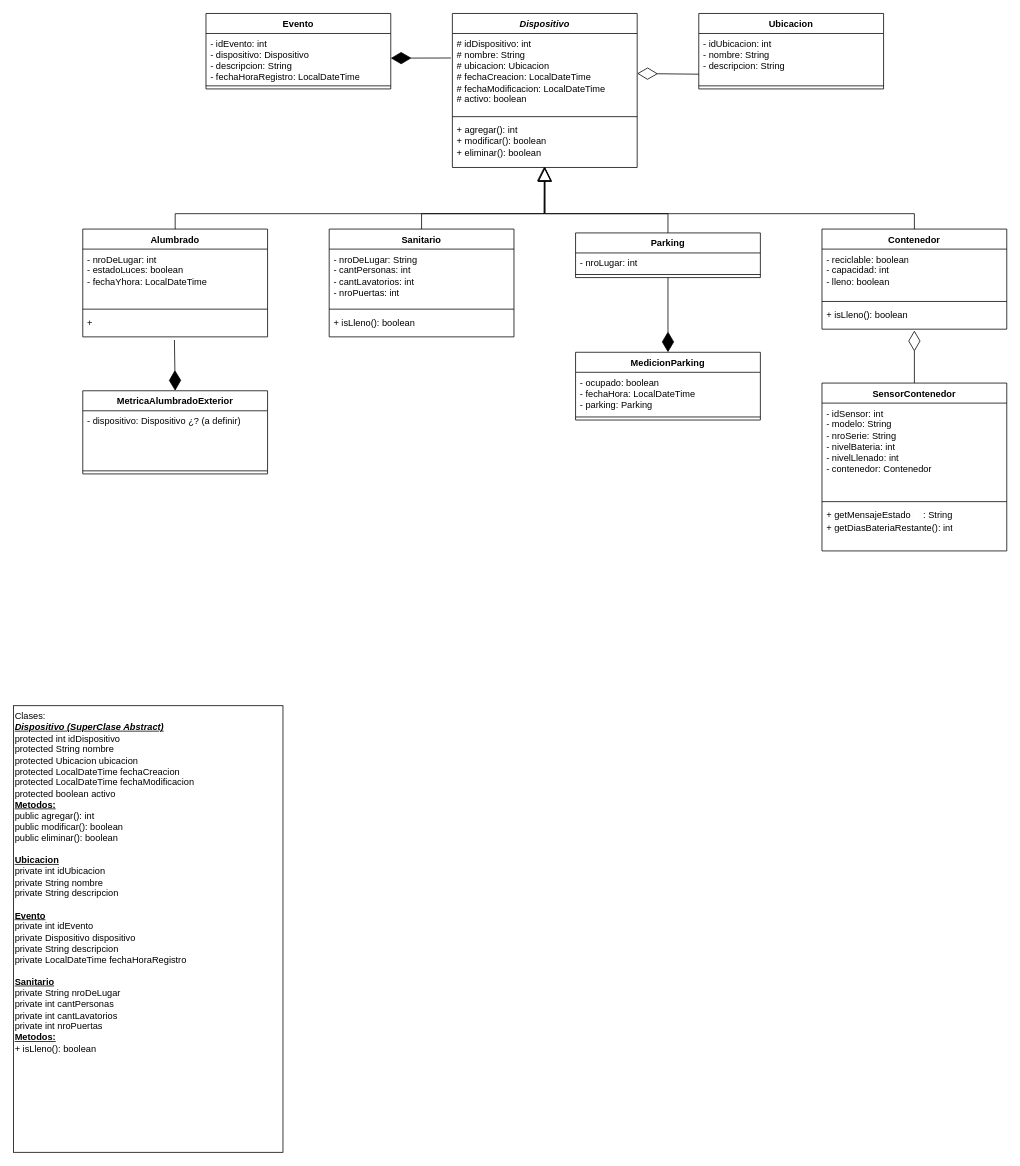
Above: Diagrama de Clases - Grupo 17.drawio in BarbaraNewman/grupo-17-OO2-2023 (draw.io), before the change. Source tidied: cells renumbered, new cells numbered last; positions are measured from the earlier drawing's top-left corner, leaving out a move shared by most shapes. Both pictures are drawn from the tidied source at 77%, with x=0, y=0 at pixel (13, 13).
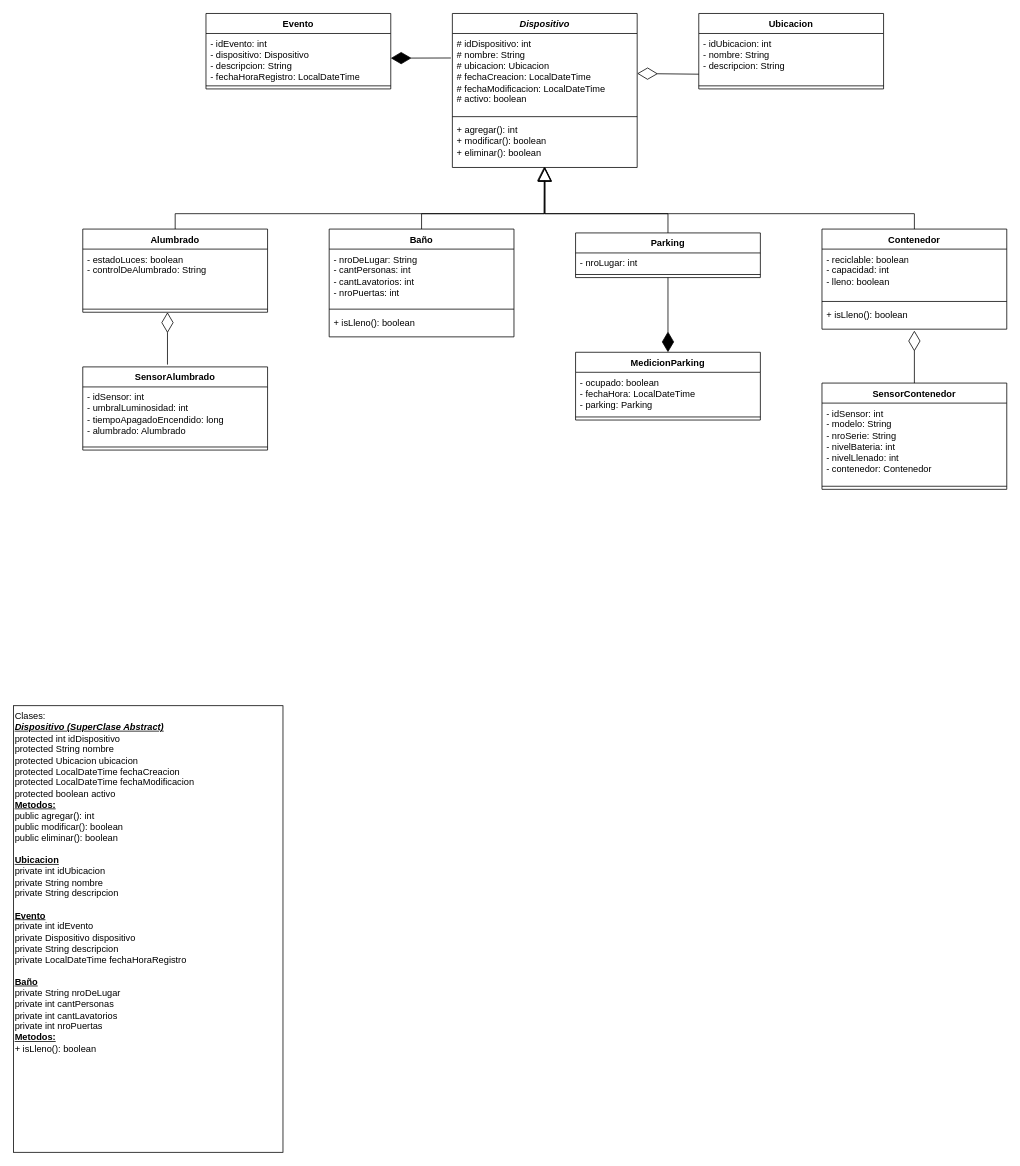
Above is the later version.

The edit, as a diff of the source:
```diff
@@
     <mxCell id="15" value="SensorContenedor" style="swimlane;fontStyle=1;align=center;verticalAlign=top;horizontal=1;startSize=26;whiteSpace=wrap;html=1;" parent="1" vertex="1">
-      <mxGeometry x="1050" y="480" width="240" height="218" as="geometry" />
+      <mxGeometry x="1050" y="480" width="240" height="138" as="geometry" />
     </mxCell>
     <mxCell id="16" value="- idSensor: int&lt;br&gt;- modelo: String&lt;br&gt;- nroSerie: String&lt;br&gt;- nivelBateria: int&lt;br&gt;- nivelLlenado: int&lt;br&gt;- contenedor: Contenedor" style="text;strokeColor=none;fillColor=none;align=left;verticalAlign=top;spacingLeft=4;spacingRight=4;overflow=hidden;whiteSpace=wrap;html=1;" parent="15" vertex="1">
-      <mxGeometry y="26" width="240" height="124" as="geometry" />
+      <mxGeometry y="26" width="240" height="104" as="geometry" />
     </mxCell>
     <mxCell id="17" style="line;strokeWidth=1;fillColor=none;align=left;verticalAlign=middle;spacingTop=-1;spacingLeft=3;spacingRight=3;labelPosition=right;strokeColor=inherit;" parent="15" vertex="1">
-      <mxGeometry y="150" width="240" height="8" as="geometry" />
+      <mxGeometry y="130" width="240" height="8" as="geometry" />
     </mxCell>
-    <mxCell id="18" value="+ getMensajeEstado&lt;span style=&quot;font-family: &amp;quot;Courier New&amp;quot;; font-size: 10pt; color: rgb(249, 250, 244);&quot;&gt;()&lt;/span&gt;: String&lt;br&gt;+ getDiasBateriaRestante(): int&lt;span style=&quot;background-color: initial;&quot;&gt;&lt;br&gt;&lt;/span&gt;&lt;div style=&quot;background-color:#2f2f2f;padding:0px 0px 0px 2px;&quot;&gt;&lt;div style=&quot;color: rgb(170, 170, 170); font-family: &amp;quot;Courier New&amp;quot;; font-size: 10pt;&quot;&gt;&lt;p style=&quot;background-color:#373737;margin:0;&quot;&gt;&lt;span style=&quot;color:#d9e8f7;&quot;&gt;&lt;/span&gt;&lt;/p&gt;&lt;/div&gt;&lt;/div&gt;" style="text;strokeColor=none;fillColor=none;align=left;verticalAlign=top;spacingLeft=4;spacingRight=4;overflow=hidden;whiteSpace=wrap;html=1;" parent="15" vertex="1">
-      <mxGeometry y="158" width="240" height="60" as="geometry" />
-    </mxCell>
@@
-    <mxCell id="24" value="Sanitario" style="swimlane;fontStyle=1;align=center;verticalAlign=top;horizontal=1;startSize=26;whiteSpace=wrap;html=1;" parent="1" vertex="1">
+    <mxCell id="24" value="Baño" style="swimlane;fontStyle=1;align=center;verticalAlign=top;horizontal=1;startSize=26;whiteSpace=wrap;html=1;" parent="1" vertex="1">
       <mxGeometry x="410" y="280" width="240" height="140" as="geometry" />
     </mxCell>
@@
-    <mxCell id="30" value="MetricaAlumbradoExterior" style="swimlane;fontStyle=1;align=center;verticalAlign=top;horizontal=1;startSize=26;whiteSpace=wrap;html=1;" parent="1" vertex="1">
-      <mxGeometry x="90" y="490" width="240" height="108" as="geometry" />
+    <mxCell id="30" value="SensorAlumbrado" style="swimlane;fontStyle=1;align=center;verticalAlign=top;horizontal=1;startSize=26;whiteSpace=wrap;html=1;" parent="1" vertex="1">
+      <mxGeometry x="90" y="459" width="240" height="108" as="geometry" />
     </mxCell>
-    <mxCell id="31" value="- dispositivo: Dispositivo ¿? (a definir)" style="text;strokeColor=none;fillColor=none;align=left;verticalAlign=top;spacingLeft=4;spacingRight=4;overflow=hidden;whiteSpace=wrap;html=1;" parent="30" vertex="1">
+    <mxCell id="31" value="- idSensor: int&lt;br&gt;- umbralLuminosidad: int&lt;br&gt;- tiempoApagadoEncendido: long&lt;br&gt;- alumbrado: Alumbrado" style="text;strokeColor=none;fillColor=none;align=left;verticalAlign=top;spacingLeft=4;spacingRight=4;overflow=hidden;whiteSpace=wrap;html=1;" parent="30" vertex="1">
       <mxGeometry y="26" width="240" height="74" as="geometry" />
     </mxCell>
@@
-    <mxCell id="41" style="endArrow=diamondThin;endFill=1;endSize=24;html=1;rounded=0;exitX=0.496;exitY=1.125;exitDx=0;exitDy=0;entryX=0.5;entryY=0;entryDx=0;entryDy=0;exitPerimeter=0;" parent="1" edge="1" source="46" target="30">
-      <mxGeometry relative="1" as="geometry" />
-    </mxCell>
-    <mxCell id="42" value="Clases:&lt;br&gt;&lt;i style=&quot;font-weight: 700;&quot;&gt;&lt;u&gt;Dispositivo (SuperClase Abstract)&lt;/u&gt;&lt;br&gt;&lt;/i&gt;protected int&amp;nbsp;idDispositivo&lt;br style=&quot;&quot;&gt;protected String&amp;nbsp;&lt;span style=&quot;&quot;&gt;nombre&lt;/span&gt;&lt;br style=&quot;&quot;&gt;protected Ubicacion&amp;nbsp;&lt;span style=&quot;&quot;&gt;ubicacion&lt;/span&gt;&lt;br style=&quot;&quot;&gt;protected LocalDateTime&amp;nbsp;&lt;span style=&quot;&quot;&gt;fechaCreacion&lt;/span&gt;&lt;br style=&quot;&quot;&gt;protected LocalDateTime&amp;nbsp;fechaModificacion&lt;br style=&quot;&quot;&gt;protected boolean&amp;nbsp;&lt;span style=&quot;&quot;&gt;activo&lt;br&gt;&lt;/span&gt;&lt;span style=&quot;font-weight: 700;&quot;&gt;&lt;u&gt;Metodos:&lt;/u&gt;&lt;br&gt;&lt;/span&gt;public agregar(): int&lt;br&gt;public&amp;nbsp;modificar(): boolean&lt;br&gt;public&amp;nbsp;eliminar(): boolean&lt;br&gt;&lt;i style=&quot;font-weight: 700;&quot;&gt;&lt;br&gt;&lt;/i&gt;&lt;b&gt;&lt;u&gt;Ubicacion&lt;/u&gt;&lt;/b&gt;&lt;br&gt;&lt;div style=&quot;&quot;&gt;private int idUbicacion&lt;/div&gt;&lt;div style=&quot;&quot;&gt;private String nombre&lt;/div&gt;&lt;div style=&quot;&quot;&gt;private String descripcion&lt;/div&gt;&lt;div style=&quot;&quot;&gt;&lt;/div&gt;&lt;br&gt;&lt;span style=&quot;font-weight: 700; text-align: center;&quot;&gt;&lt;u&gt;Evento&lt;br&gt;&lt;/u&gt;&lt;/span&gt;private int idEvento&lt;br&gt;private Dispositivo dispositivo&lt;br&gt;private String&amp;nbsp;descripcion&lt;br&gt;private LocalDateTime fechaHoraRegistro&lt;br&gt;&lt;br&gt;&lt;span style=&quot;font-weight: 700; text-align: center;&quot;&gt;&lt;u&gt;Sanitario&lt;br&gt;&lt;/u&gt;&lt;/span&gt;private String nroDeLugar&lt;br&gt;private&amp;nbsp;int cantPersonas&lt;br&gt;private&amp;nbsp;int&amp;nbsp;cantLavatorios&lt;br&gt;private&amp;nbsp;int nroPuertas&lt;br&gt;&lt;b&gt;&lt;u&gt;Metodos:&lt;/u&gt;&lt;/b&gt;&lt;br&gt;+ isLleno(): boolean&lt;span style=&quot;background-color: initial;&quot;&gt;&lt;br&gt;&lt;/span&gt;" style="html=1;whiteSpace=wrap;align=left;verticalAlign=top;" parent="1" vertex="1">
+    <mxCell id="42" value="Clases:&lt;br&gt;&lt;i style=&quot;font-weight: 700;&quot;&gt;&lt;u&gt;Dispositivo (SuperClase Abstract)&lt;/u&gt;&lt;br&gt;&lt;/i&gt;protected int&amp;nbsp;idDispositivo&lt;br style=&quot;&quot;&gt;protected String&amp;nbsp;&lt;span style=&quot;&quot;&gt;nombre&lt;/span&gt;&lt;br style=&quot;&quot;&gt;protected Ubicacion&amp;nbsp;&lt;span style=&quot;&quot;&gt;ubicacion&lt;/span&gt;&lt;br style=&quot;&quot;&gt;protected LocalDateTime&amp;nbsp;&lt;span style=&quot;&quot;&gt;fechaCreacion&lt;/span&gt;&lt;br style=&quot;&quot;&gt;protected LocalDateTime&amp;nbsp;fechaModificacion&lt;br style=&quot;&quot;&gt;protected boolean&amp;nbsp;&lt;span style=&quot;&quot;&gt;activo&lt;br&gt;&lt;/span&gt;&lt;span style=&quot;font-weight: 700;&quot;&gt;&lt;u&gt;Metodos:&lt;/u&gt;&lt;br&gt;&lt;/span&gt;public agregar(): int&lt;br&gt;public&amp;nbsp;modificar(): boolean&lt;br&gt;public&amp;nbsp;eliminar(): boolean&lt;br&gt;&lt;i style=&quot;font-weight: 700;&quot;&gt;&lt;br&gt;&lt;/i&gt;&lt;b&gt;&lt;u&gt;Ubicacion&lt;/u&gt;&lt;/b&gt;&lt;br&gt;&lt;div style=&quot;&quot;&gt;private int idUbicacion&lt;/div&gt;&lt;div style=&quot;&quot;&gt;private String nombre&lt;/div&gt;&lt;div style=&quot;&quot;&gt;private String descripcion&lt;/div&gt;&lt;div style=&quot;&quot;&gt;&lt;/div&gt;&lt;br&gt;&lt;span style=&quot;font-weight: 700; text-align: center;&quot;&gt;&lt;u&gt;Evento&lt;br&gt;&lt;/u&gt;&lt;/span&gt;private int idEvento&lt;br&gt;private Dispositivo dispositivo&lt;br&gt;private String&amp;nbsp;descripcion&lt;br&gt;private LocalDateTime fechaHoraRegistro&lt;br&gt;&lt;br&gt;&lt;span style=&quot;font-weight: 700; text-align: center;&quot;&gt;&lt;u&gt;Baño&lt;br&gt;&lt;/u&gt;&lt;/span&gt;private String nroDeLugar&lt;br&gt;private&amp;nbsp;int cantPersonas&lt;br&gt;private&amp;nbsp;int&amp;nbsp;cantLavatorios&lt;br&gt;private&amp;nbsp;int nroPuertas&lt;br&gt;&lt;b&gt;&lt;u&gt;Metodos:&lt;/u&gt;&lt;/b&gt;&lt;br&gt;+ isLleno(): boolean&lt;span style=&quot;background-color: initial;&quot;&gt;&lt;br&gt;&lt;/span&gt;" style="html=1;whiteSpace=wrap;align=left;verticalAlign=top;" parent="1" vertex="1">
       <mxGeometry y="899" width="350" height="580" as="geometry" />
     </mxCell>
     <mxCell id="43" value="Alumbrado" style="swimlane;fontStyle=1;align=center;verticalAlign=top;horizontal=1;startSize=26;whiteSpace=wrap;html=1;" parent="1" vertex="1">
-      <mxGeometry x="90" y="280" width="240" height="140" as="geometry" />
+      <mxGeometry x="90" y="280" width="240" height="108" as="geometry" />
     </mxCell>
-    <mxCell id="44" value="&lt;div&gt;- nroDeLugar: int&lt;/div&gt;&lt;div&gt;- estadoLuces: boolean&lt;/div&gt;&lt;div&gt;- fechaYhora: LocalDateTime&lt;/div&gt;&lt;div&gt;&lt;br&gt;&lt;/div&gt;" style="text;strokeColor=none;fillColor=none;align=left;verticalAlign=top;spacingLeft=4;spacingRight=4;overflow=hidden;whiteSpace=wrap;html=1;" parent="43" vertex="1">
+    <mxCell id="44" value="&lt;div&gt;&lt;span style=&quot;background-color: initial;&quot;&gt;- estadoLuces: boolean&lt;/span&gt;&lt;br&gt;&lt;/div&gt;&lt;div&gt;- controlDeAlumbrado: String&lt;/div&gt;&lt;div&gt;&lt;br&gt;&lt;/div&gt;" style="text;strokeColor=none;fillColor=none;align=left;verticalAlign=top;spacingLeft=4;spacingRight=4;overflow=hidden;whiteSpace=wrap;html=1;" parent="43" vertex="1">
       <mxGeometry y="26" width="240" height="74" as="geometry" />
     </mxCell>
@@
-    <mxCell id="46" value="+&amp;nbsp;&amp;nbsp;" style="text;strokeColor=none;fillColor=none;align=left;verticalAlign=top;spacingLeft=4;spacingRight=4;overflow=hidden;points=[[0,0.5],[1,0.5]];portConstraint=eastwest;whiteSpace=wrap;html=1;" parent="43" vertex="1">
-      <mxGeometry y="108" width="240" height="32" as="geometry" />
-    </mxCell>
+    <mxCell id="47" style="endArrow=diamondThin;endFill=0;endSize=24;html=1;rounded=0;entryX=0.5;entryY=1.059;entryDx=0;entryDy=0;exitX=0.5;exitY=0;exitDx=0;exitDy=0;entryPerimeter=0;" parent="1" edge="1">
+      <mxGeometry relative="1" as="geometry">
+        <mxPoint x="200" y="456" as="sourcePoint" />
+        <mxPoint x="200" y="388" as="targetPoint" />
+      </mxGeometry>
+    </mxCell>
```
